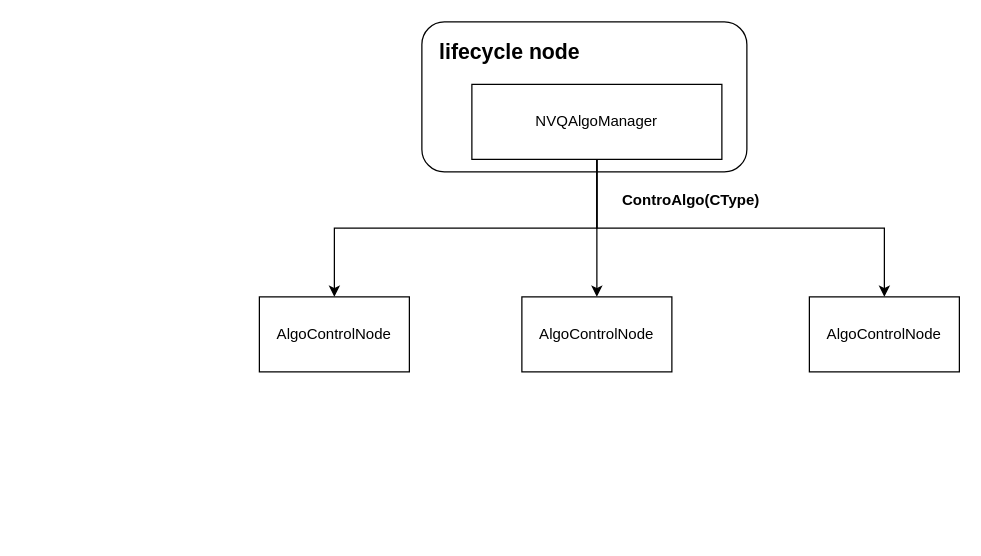
Before: nvq_algo_manager架构图.drawio in Jev0987/drawioFile, a draw.io diagram. Source tidied: cells renumbered, new cells numbered last; positions are measured from the earlier drawing's top-left corner, leaving out a move shared by most shapes. Both pictures are drawn from the tidied source at 125%, with x=0, y=0 at pixel (259, 21).
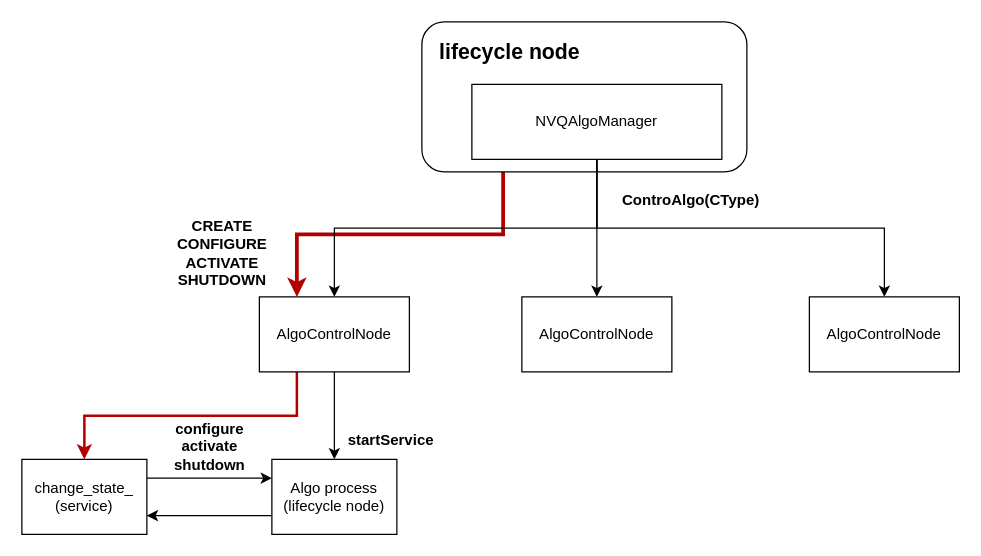
After the change.

Commit message (it also covers changes not shown here):
更新nvq_algo_manager架构图.drawio

The change refers to these unchanged cells:
```xml
<mxCell id="2" style="rounded=1;whiteSpace=wrap;html=1;" parent="1" vertex="1">
  <mxGeometry x="130" width="260" height="120" as="geometry" />
</mxCell>
<mxCell id="7" value="AlgoControlNode" style="rounded=0;whiteSpace=wrap;html=1;" parent="1" vertex="1">
  <mxGeometry y="220" width="120" height="60" as="geometry" />
</mxCell>
```

What changed in the source:
```diff
@@
+    <mxCell id="12" style="edgeStyle=orthogonalEdgeStyle;rounded=0;jettySize=auto;html=1;exitX=0.25;exitY=1;exitDx=0;exitDy=0;entryX=0.25;entryY=0;entryDx=0;entryDy=0;strokeColor=light-dark(#B20000,#0000CC);strokeWidth=3;" parent="1" edge="1" source="2" target="7">
+      <mxGeometry relative="1" as="geometry" />
+    </mxCell>
@@
+    <mxCell id="13" style="edgeStyle=orthogonalEdgeStyle;rounded=0;jettySize=auto;html=1;exitX=0.25;exitY=1;exitDx=0;exitDy=0;entryX=0.5;entryY=0;entryDx=0;entryDy=0;fillColor=#e51400;strokeColor=light-dark(#B20000,#0000CC);fontStyle=1;strokeWidth=2;" parent="1" edge="1" source="7" target="16">
+      <mxGeometry relative="1" as="geometry" />
+    </mxCell>
+    <mxCell id="14" style="edgeStyle=orthogonalEdgeStyle;rounded=0;jettySize=auto;html=1;exitX=0.5;exitY=1;exitDx=0;exitDy=0;entryX=0.5;entryY=0;entryDx=0;entryDy=0;" parent="1" edge="1" source="7" target="18">
+      <mxGeometry relative="1" as="geometry" />
+    </mxCell>
@@
+    <mxCell id="15" style="edgeStyle=orthogonalEdgeStyle;rounded=0;jettySize=auto;html=1;exitX=1;exitY=0.25;exitDx=0;exitDy=0;entryX=0;entryY=0.25;entryDx=0;entryDy=0;" parent="1" edge="1" source="16" target="18">
+      <mxGeometry relative="1" as="geometry" />
+    </mxCell>
+    <mxCell id="16" value="change_state_&lt;br&gt;(service)" style="rounded=0;whiteSpace=wrap;html=1;" parent="1" vertex="1">
+      <mxGeometry x="-190" y="350" width="100" height="60" as="geometry" />
+    </mxCell>
+    <mxCell id="17" style="edgeStyle=orthogonalEdgeStyle;rounded=0;jettySize=auto;html=1;exitX=0;exitY=0.75;exitDx=0;exitDy=0;entryX=1;entryY=0.75;entryDx=0;entryDy=0;" parent="1" edge="1" source="18" target="16">
+      <mxGeometry relative="1" as="geometry" />
+    </mxCell>
+    <mxCell id="18" value="Algo process&lt;div&gt;(lifecycle node)&lt;/div&gt;" style="rounded=0;whiteSpace=wrap;html=1;" parent="1" vertex="1">
+      <mxGeometry x="10" y="350" width="100" height="60" as="geometry" />
+    </mxCell>
+    <mxCell id="19" value="&lt;b&gt;&lt;font style=&quot;color: light-dark(rgb(0, 0, 0), rgb(204, 0, 0));&quot;&gt;startService&lt;/font&gt;&lt;/b&gt;" style="text;html=1;align=center;verticalAlign=middle;strokeColor=none;fillColor=none;" parent="1" vertex="1">
+      <mxGeometry x="60" y="320" width="90" height="30" as="geometry" />
+    </mxCell>
+    <mxCell id="20" value="&lt;b&gt;&lt;font style=&quot;color: light-dark(rgb(0, 0, 0), rgb(255, 0, 0));&quot;&gt;CREATE&lt;/font&gt;&lt;/b&gt;&lt;div&gt;&lt;b&gt;&lt;font style=&quot;color: light-dark(rgb(0, 0, 0), rgb(0, 0, 204));&quot;&gt;CONFIGURE&lt;br&gt;ACTIVATE&lt;br&gt;SHUTDOWN&lt;/font&gt;&lt;/b&gt;&lt;/div&gt;" style="text;html=1;align=center;verticalAlign=middle;strokeColor=none;fillColor=none;" parent="1" vertex="1">
+      <mxGeometry x="-80" y="150" width="100" height="70" as="geometry" />
+    </mxCell>
+    <mxCell id="21" value="&lt;b&gt;&lt;font style=&quot;color: light-dark(rgb(0, 0, 0), rgb(0, 0, 204));&quot;&gt;configure&lt;/font&gt;&lt;/b&gt;&lt;div&gt;&lt;b&gt;&lt;font style=&quot;color: light-dark(rgb(0, 0, 0), rgb(0, 0, 204));&quot;&gt;activate&lt;/font&gt;&lt;/b&gt;&lt;/div&gt;&lt;div&gt;&lt;b&gt;&lt;font style=&quot;color: light-dark(rgb(0, 0, 0), rgb(0, 0, 204));&quot;&gt;shutdown&lt;/font&gt;&lt;/b&gt;&lt;/div&gt;" style="text;html=1;align=center;verticalAlign=middle;strokeColor=none;fillColor=none;" parent="1" vertex="1">
+      <mxGeometry x="-80" y="310" width="80" height="60" as="geometry" />
+    </mxCell>
```
